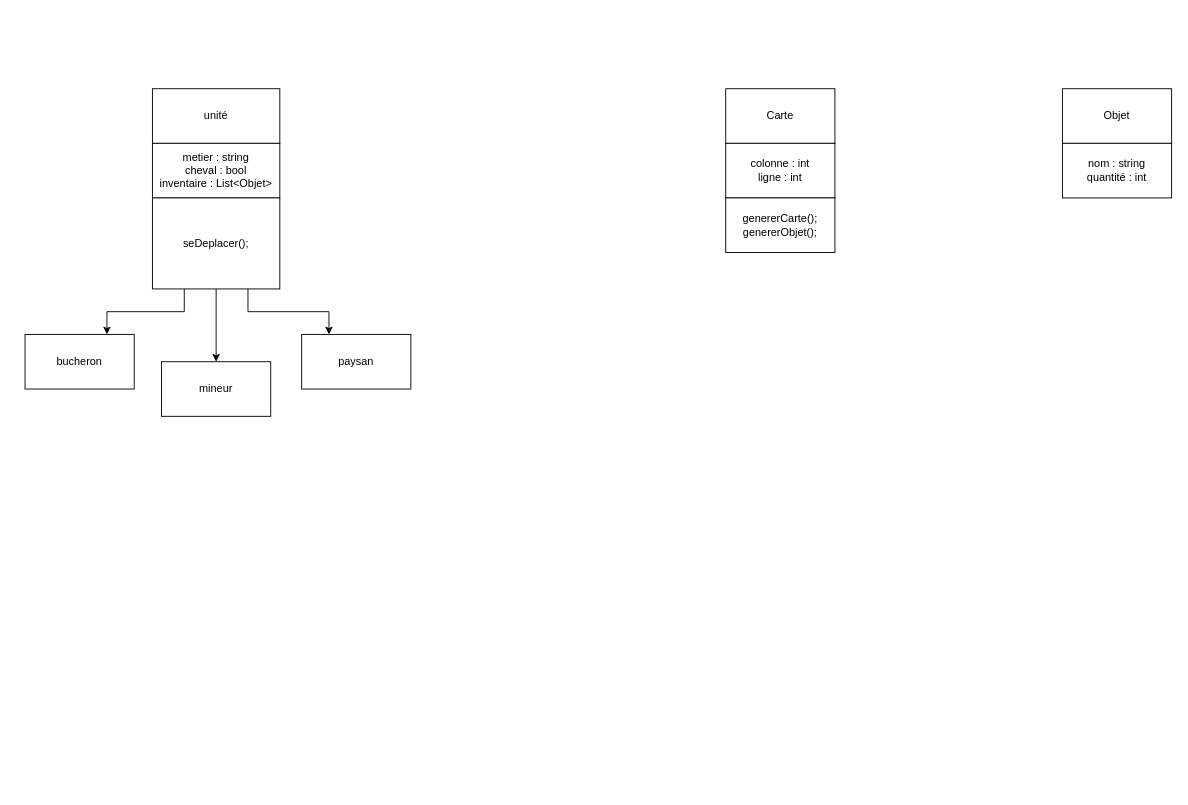
Rafien/Projet_Design_Pattern keeps this draw.io diagram as Diagramme sans nom.drawio. Above is the earlier version. Source tidied: cells renumbered, new cells numbered last; positions are measured from the earlier drawing's top-left corner, leaving out a move shared by most shapes. Both pictures are drawn from the tidied source at 91%, with x=0, y=0 at pixel (25, 88).
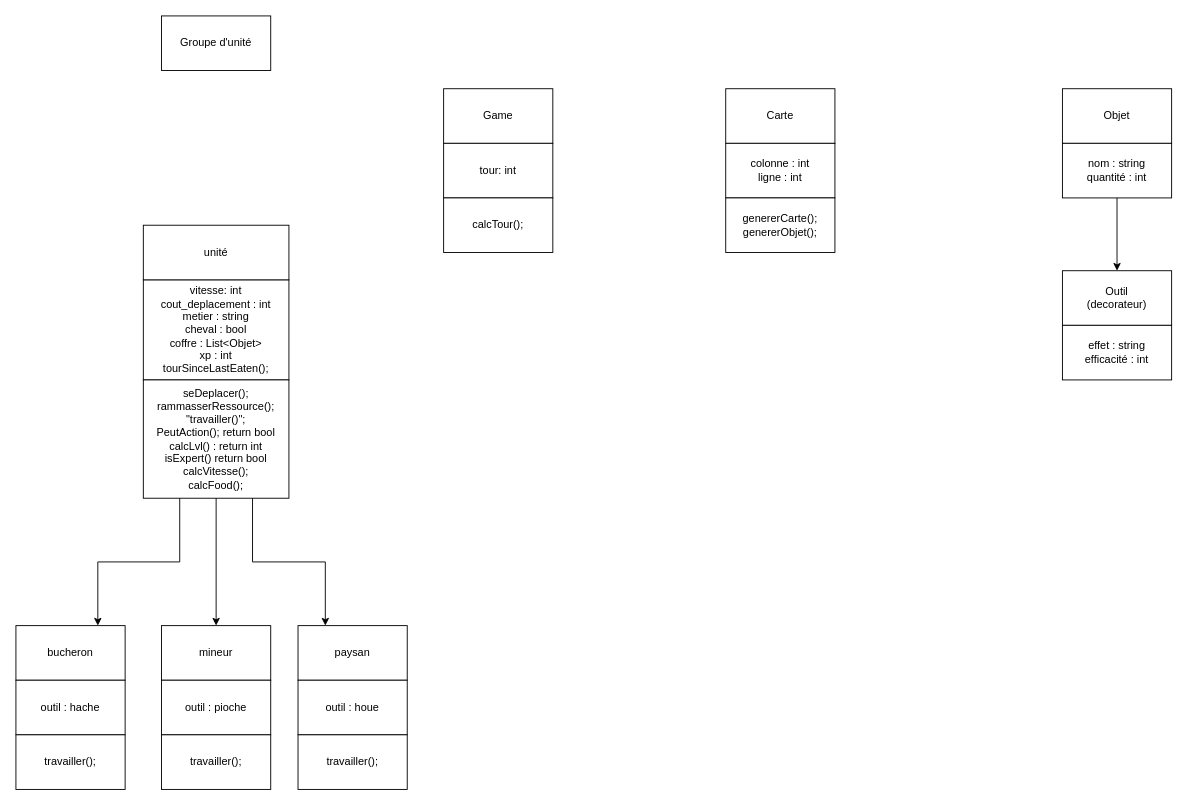
Above is the later version.

Commit message:
Mettre à jour Diagramme sans nom.drawio

The change refers to these unchanged cells:
```xml
<mxCell id="20" value="nom : string&lt;br&gt;quantité : int" style="rounded=0;whiteSpace=wrap;html=1;" parent="18" vertex="1">
  <mxGeometry y="60" width="120" height="60" as="geometry" />
</mxCell>
```

Diff of the diagram source:
```diff
@@
     <mxCell id="2" style="group;" parent="1" vertex="1">
-      <mxGeometry x="140" width="140" height="220" as="geometry" />
+      <mxGeometry x="140" y="180" width="160" height="270" as="geometry" />
     </mxCell>
+    <mxCell id="21" style="group;" parent="2" vertex="1">
+      <mxGeometry x="-10" width="160" height="270" as="geometry" />
+    </mxCell>
-    <mxCell id="3" style="group;" parent="2" vertex="1">
-      <mxGeometry width="140" height="120" as="geometry" />
+    <mxCell id="3" style="group;" parent="21" vertex="1">
+      <mxGeometry width="160" height="140" as="geometry" />
     </mxCell>
+    <mxCell id="5" value="vitesse: int&lt;br&gt;cout_deplacement : int&lt;br&gt;metier : string&lt;br&gt;cheval : bool&lt;br&gt;coffre : List&amp;lt;Objet&amp;gt;&lt;br&gt;xp : int&lt;br&gt;tourSinceLastEaten();" style="rounded=0;whiteSpace=wrap;html=1;" parent="3" vertex="1">
+      <mxGeometry y="30" width="160" height="110" as="geometry" />
+    </mxCell>
     <mxCell id="4" value="unité" style="rounded=0;whiteSpace=wrap;html=1;" parent="3" vertex="1">
-      <mxGeometry width="140" height="60" as="geometry" />
+      <mxGeometry y="-30" width="160" height="60" as="geometry" />
     </mxCell>
-    <mxCell id="5" value="metier : string&lt;br&gt;cheval : bool&lt;br&gt;inventaire : List&amp;lt;Objet&amp;gt;" style="rounded=0;whiteSpace=wrap;html=1;" parent="3" vertex="1">
-      <mxGeometry y="60" width="140" height="60" as="geometry" />
-    </mxCell>
-    <mxCell id="6" value="seDeplacer();&lt;br&gt;" style="rounded=0;whiteSpace=wrap;html=1;" parent="2" vertex="1">
-      <mxGeometry y="120" width="140" height="100" as="geometry" />
+    <mxCell id="6" value="seDeplacer();&lt;br&gt;rammasserRessource();&lt;br&gt;&quot;travailler()&quot;;&lt;br&gt;PeutAction(); return bool&lt;br&gt;calcLvl() : return int&lt;br&gt;isExpert() return bool&lt;br&gt;calcVitesse();&lt;br&gt;calcFood();" style="rounded=0;whiteSpace=wrap;html=1;" parent="21" vertex="1">
+      <mxGeometry y="140" width="160" height="130" as="geometry" />
     </mxCell>
-    <mxCell id="7" value="bucheron" style="rounded=0;whiteSpace=wrap;html=1;" parent="1" vertex="1">
-      <mxGeometry y="270" width="120" height="60" as="geometry" />
-    </mxCell>
-    <mxCell id="8" value="mineur" style="rounded=0;whiteSpace=wrap;html=1;" parent="1" vertex="1">
-      <mxGeometry x="150" y="300" width="120" height="60" as="geometry" />
-    </mxCell>
-    <mxCell id="9" value="paysan" style="rounded=0;whiteSpace=wrap;html=1;" parent="1" vertex="1">
-      <mxGeometry x="304" y="270" width="120" height="60" as="geometry" />
-    </mxCell>
@@
+    <mxCell id="22" style="endArrow=classic;html=1;rounded=0;entryX=0.5;entryY=0;entryDx=0;entryDy=0;exitX=0.5;exitY=1;exitDx=0;exitDy=0;" parent="1" edge="1" source="20" target="24">
+      <mxGeometry relative="1" as="geometry" />
+    </mxCell>
+    <mxCell id="23" style="group;" parent="1" vertex="1">
+      <mxGeometry x="1140" y="200" width="120" height="120" as="geometry" />
+    </mxCell>
+    <mxCell id="24" value="Outil&lt;br&gt;(decorateur)" style="rounded=0;whiteSpace=wrap;html=1;" parent="23" vertex="1">
+      <mxGeometry width="120" height="60" as="geometry" />
+    </mxCell>
+    <mxCell id="25" value="effet : string&lt;br&gt;efficacité : int" style="rounded=0;whiteSpace=wrap;html=1;" parent="23" vertex="1">
+      <mxGeometry y="60" width="120" height="60" as="geometry" />
+    </mxCell>
+    <mxCell id="26" value="Groupe d'unité" style="rounded=0;whiteSpace=wrap;html=1;" parent="1" vertex="1">
+      <mxGeometry x="150" y="-80" width="120" height="60" as="geometry" />
+    </mxCell>
+    <mxCell id="27" style="group;" parent="1" vertex="1">
+      <mxGeometry x="150" y="590" width="120" height="180" as="geometry" />
+    </mxCell>
+    <mxCell id="8" value="mineur" style="rounded=0;whiteSpace=wrap;html=1;" parent="27" vertex="1">
+      <mxGeometry width="120" height="60" as="geometry" />
+    </mxCell>
+    <mxCell id="28" value="outil : pioche" style="rounded=0;whiteSpace=wrap;html=1;" parent="27" vertex="1">
+      <mxGeometry y="60" width="120" height="60" as="geometry" />
+    </mxCell>
+    <mxCell id="29" value="travailler();" style="rounded=0;whiteSpace=wrap;html=1;" parent="27" vertex="1">
+      <mxGeometry y="120" width="120" height="60" as="geometry" />
+    </mxCell>
+    <mxCell id="30" style="group;" parent="1" vertex="1">
+      <mxGeometry x="300" y="590" width="124" height="180" as="geometry" />
+    </mxCell>
+    <mxCell id="9" value="paysan" style="rounded=0;whiteSpace=wrap;html=1;" parent="30" vertex="1">
+      <mxGeometry width="120" height="60" as="geometry" />
+    </mxCell>
+    <mxCell id="31" value="outil : houe" style="rounded=0;whiteSpace=wrap;html=1;" parent="30" vertex="1">
+      <mxGeometry y="60" width="120" height="60" as="geometry" />
+    </mxCell>
+    <mxCell id="32" value="travailler();" style="rounded=0;whiteSpace=wrap;html=1;" parent="30" vertex="1">
+      <mxGeometry y="120" width="120" height="60" as="geometry" />
+    </mxCell>
+    <mxCell id="33" value="Game" style="rounded=0;whiteSpace=wrap;html=1;" parent="1" vertex="1">
+      <mxGeometry x="460" width="120" height="60" as="geometry" />
+    </mxCell>
+    <mxCell id="34" value="tour: int" style="rounded=0;whiteSpace=wrap;html=1;" parent="1" vertex="1">
+      <mxGeometry x="460" y="60" width="120" height="60" as="geometry" />
+    </mxCell>
+    <mxCell id="35" value="calcTour();" style="rounded=0;whiteSpace=wrap;html=1;" parent="1" vertex="1">
+      <mxGeometry x="460" y="120" width="120" height="60" as="geometry" />
+    </mxCell>
+    <mxCell id="36" style="group;" parent="1" vertex="1">
+      <mxGeometry x="-10" y="590" width="120" height="180" as="geometry" />
+    </mxCell>
+    <mxCell id="37" style="group;" parent="36" vertex="1">
+      <mxGeometry width="120" height="120" as="geometry" />
+    </mxCell>
+    <mxCell id="7" value="bucheron" style="rounded=0;whiteSpace=wrap;html=1;" parent="37" vertex="1">
+      <mxGeometry width="120" height="60" as="geometry" />
+    </mxCell>
+    <mxCell id="38" value="outil : hache" style="rounded=0;whiteSpace=wrap;html=1;" parent="37" vertex="1">
+      <mxGeometry y="60" width="120" height="60" as="geometry" />
+    </mxCell>
+    <mxCell id="39" value="travailler();" style="rounded=0;whiteSpace=wrap;html=1;" parent="36" vertex="1">
+      <mxGeometry y="120" width="120" height="60" as="geometry" />
+    </mxCell>
```
